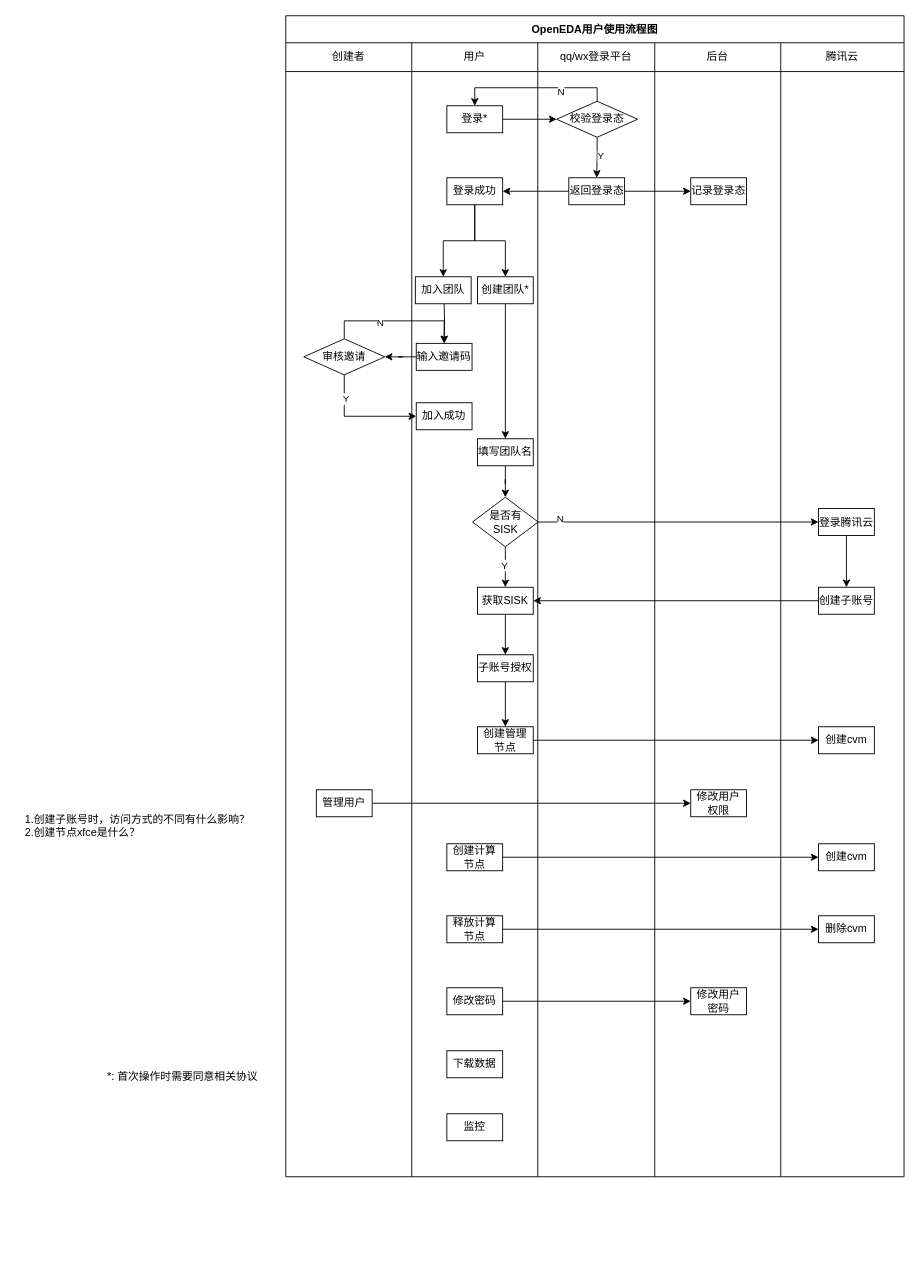
This is page "泳道图" (2 of 3) of draft/eda-devops/未命名绘图.drawio from mattshhuang/draw-io, a draw.io file, before an edit. Source tidied: cells renumbered, new cells numbered last; positions are measured from the earlier drawing's top-left corner, leaving out a move shared by most shapes. Both pictures are drawn from the tidied source at 90%, with x=0, y=0 at pixel (15, 15).
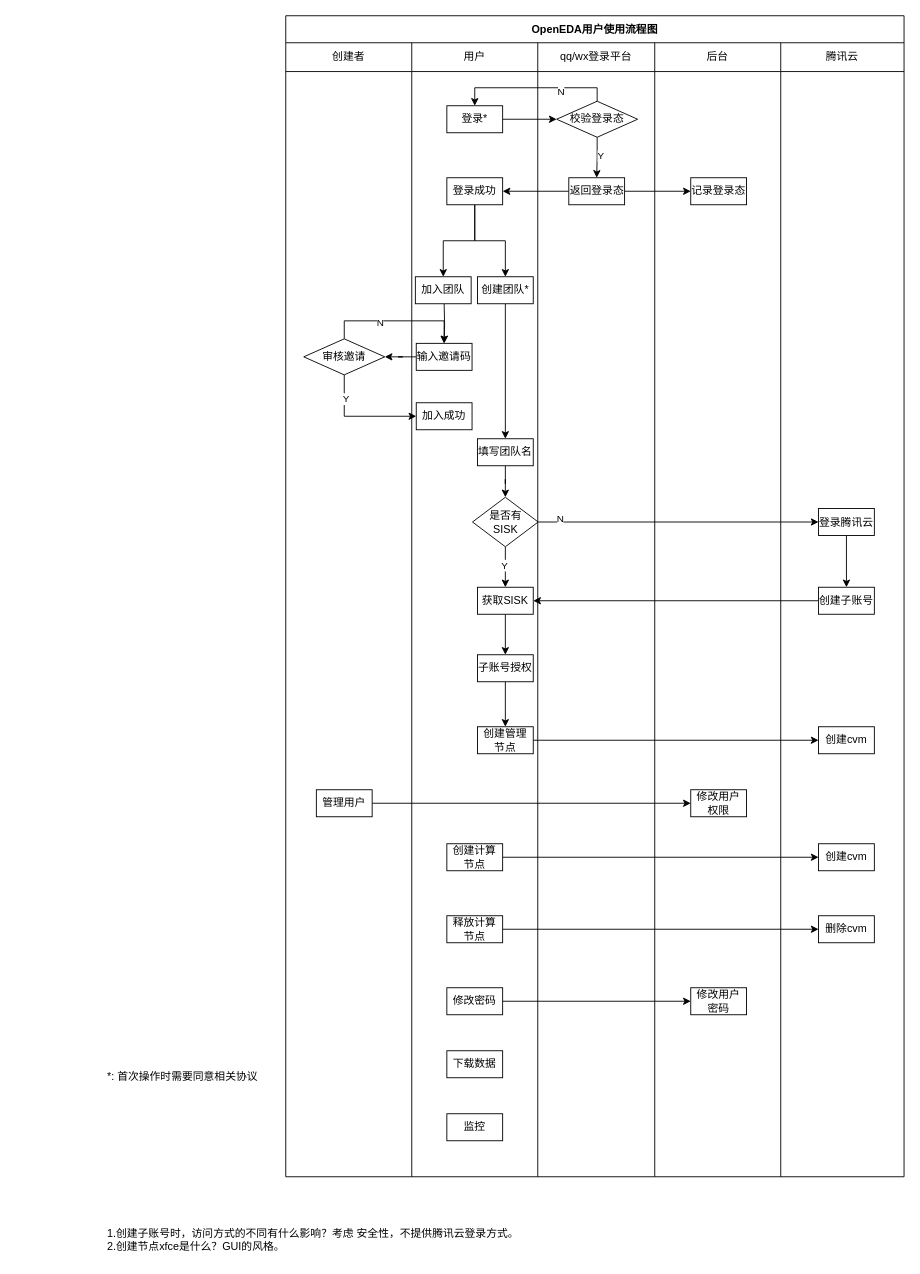
Above is the later version.

The edit, as a diff of the source:
```diff
@@
-    <mxCell id="48" value="&lt;div style=&quot;text-align: left;&quot;&gt;&lt;span style=&quot;background-color: initial;&quot;&gt;1.创建子账号时，访问方式的不同有什么影响？&lt;/span&gt;&lt;/div&gt;&lt;div style=&quot;text-align: left;&quot;&gt;&lt;span style=&quot;background-color: initial;&quot;&gt;2.创建节点xfce是什么？&lt;/span&gt;&lt;/div&gt;" style="text;html=1;align=center;verticalAlign=middle;strokeColor=none;fillColor=none;" parent="1" vertex="1">
-      <mxGeometry y="880" width="270" height="40" as="geometry" />
+    <mxCell id="48" value="&lt;div style=&quot;text-align: left;&quot;&gt;&lt;span style=&quot;background-color: initial;&quot;&gt;1.创建子账号时，访问方式的不同有什么影响？考虑 安全性，不提供腾讯云登录方式。&lt;/span&gt;&lt;/div&gt;&lt;div style=&quot;text-align: left;&quot;&gt;&lt;span style=&quot;background-color: initial;&quot;&gt;2.创建节点xfce是什么？GUI的风格。&lt;/span&gt;&lt;/div&gt;" style="text;html=1;align=center;verticalAlign=middle;strokeColor=none;fillColor=none;" parent="1" vertex="1">
+      <mxGeometry x="90" y="1340" width="480" height="40" as="geometry" />
     </mxCell>
```
